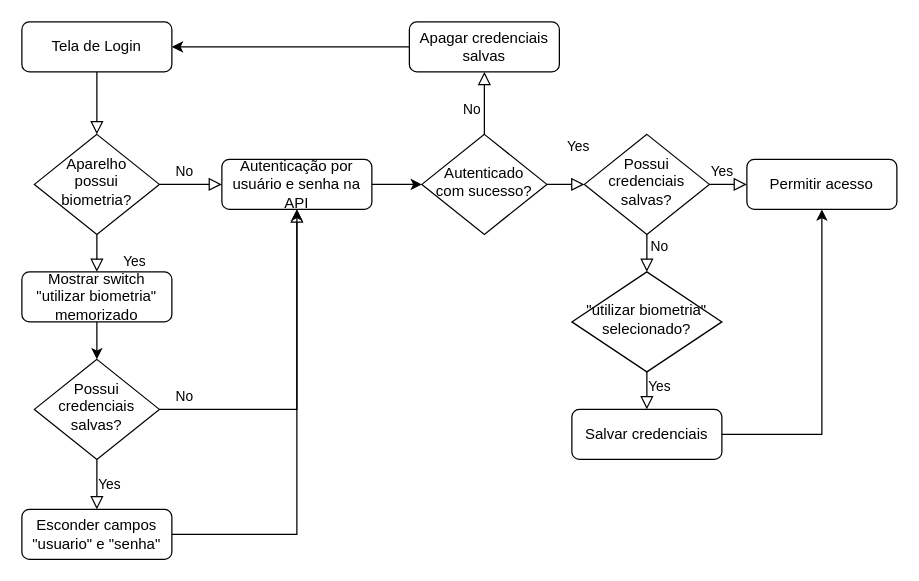
elbriga/asterisk-charts keeps this draw.io diagram as NexApp Auth.drawio. Above is the earlier version. Source tidied: cells renumbered, new cells numbered last; positions are measured from the earlier drawing's top-left corner, leaving out a move shared by most shapes. Both pictures are drawn from the tidied source at 125%, with x=0, y=0 at pixel (21, 21).
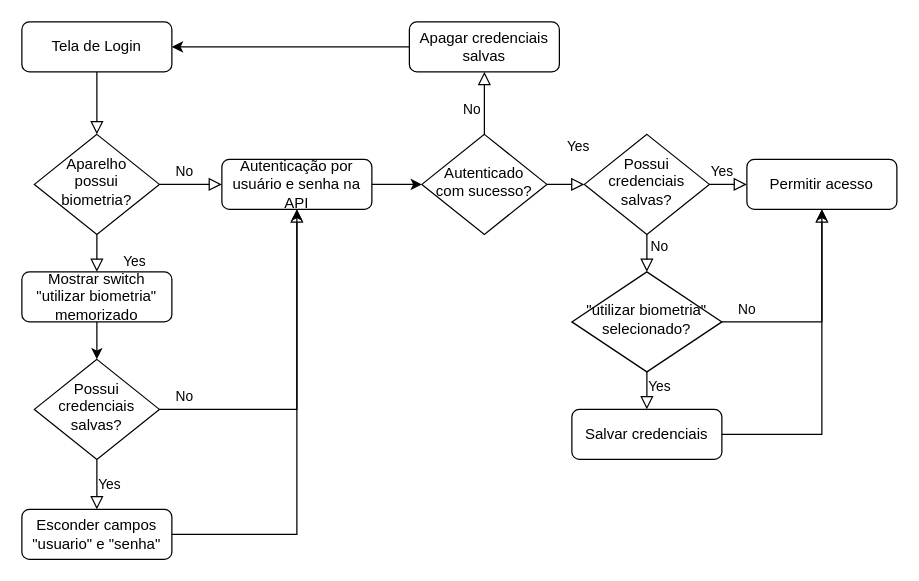
After the change.

Unchanged cells that the change refers to:
```xml
<mxCell id="22" value="&quot;utilizar biometria&quot; selecionado?" style="rhombus;whiteSpace=wrap;html=1;shadow=0;fontFamily=Helvetica;fontSize=12;align=center;strokeWidth=1;spacing=6;spacingTop=-4;" parent="1" vertex="1">
  <mxGeometry x="440" y="200" width="120" height="80" as="geometry" />
</mxCell>
<mxCell id="26" value="Permitir acesso" style="rounded=1;whiteSpace=wrap;html=1;fontSize=12;glass=0;strokeWidth=1;shadow=0;" parent="1" vertex="1">
  <mxGeometry x="580" y="110" width="120" height="40" as="geometry" />
</mxCell>
```

Change to the diagram source:
```diff
@@
+    <mxCell id="29" value="No" style="edgeStyle=orthogonalEdgeStyle;rounded=0;html=1;jettySize=auto;fontSize=11;endArrow=block;endFill=0;endSize=8;strokeWidth=1;shadow=0;labelBackgroundColor=none;entryX=0.5;entryY=1;entryDx=0;entryDy=0;exitX=1;exitY=0.5;exitDx=0;exitDy=0;" parent="1" edge="1" source="22" target="26">
+      <mxGeometry x="-0.76" y="10" relative="1" as="geometry" />
+    </mxCell>
```
